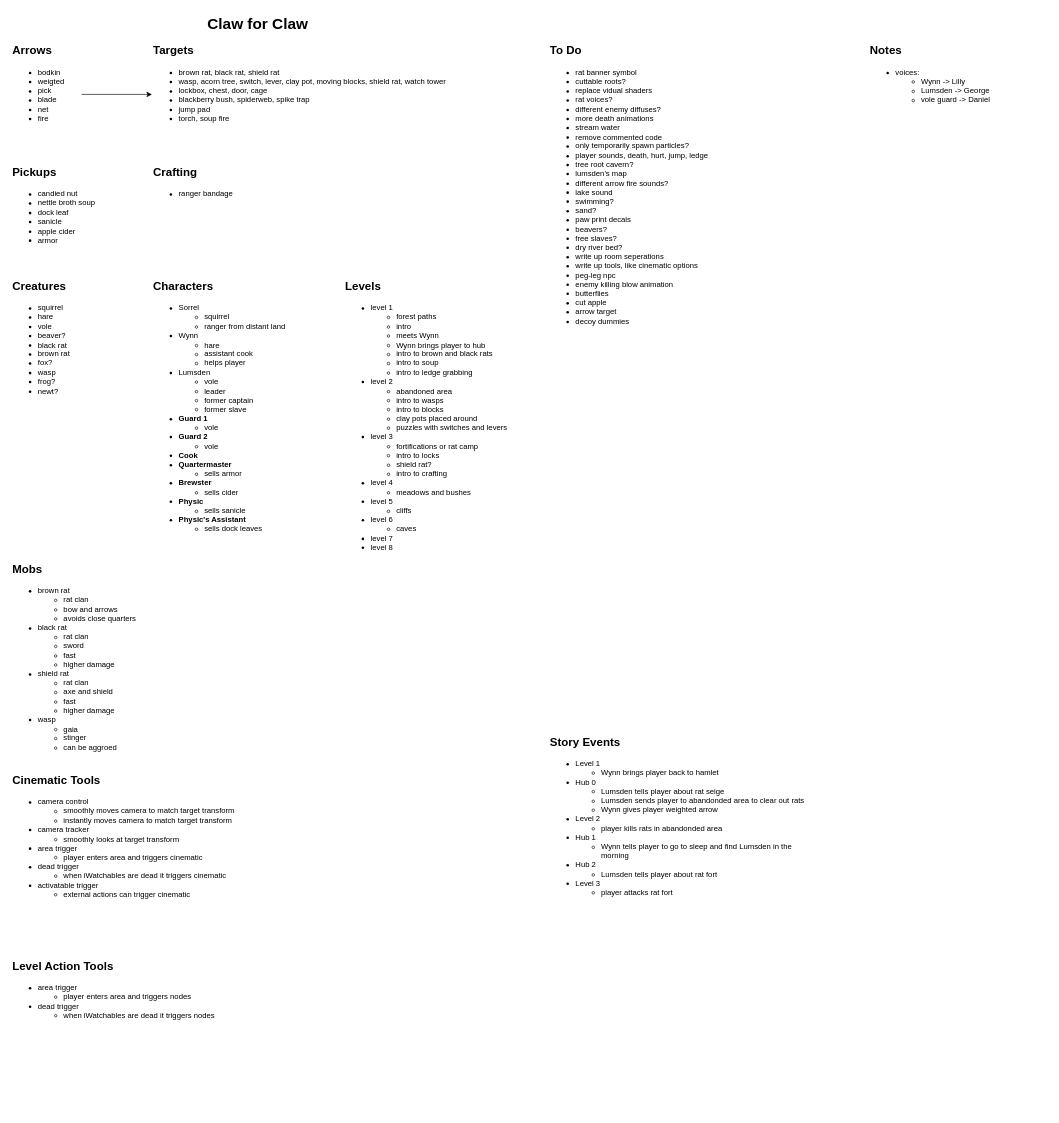
Earlier version of the draw.io diagram Planning/design-doc.drawio (camerondedore/Godot-Project-3). Source tidied: cells renumbered, new cells numbered last; positions are measured from the earlier drawing's top-left corner, leaving out a move shared by most shapes. Both pictures are drawn from the tidied source at 64%, with x=0, y=0 at pixel (11, 11).
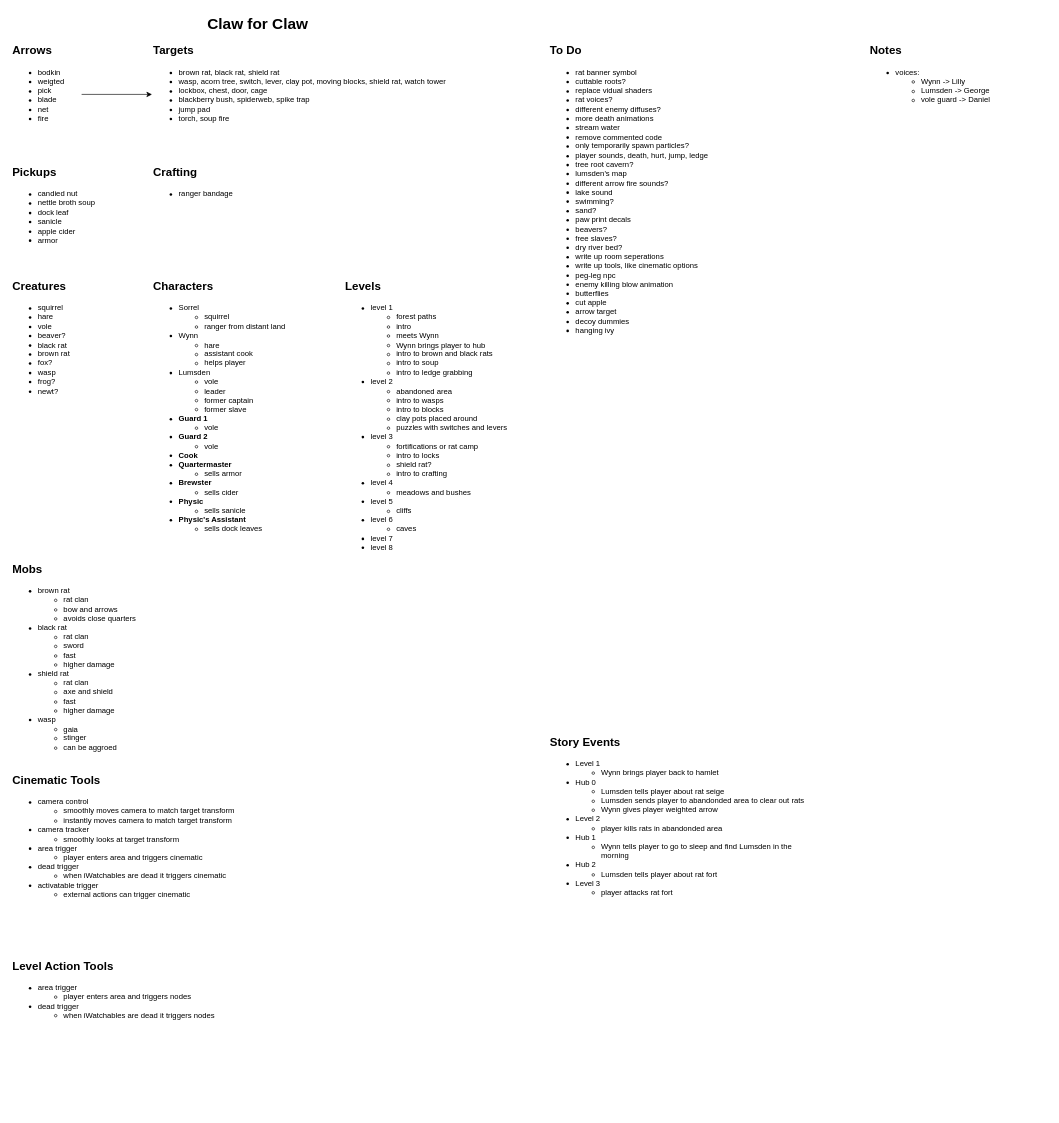
The same diagram, later.

The edit, as a diff of the source:
```diff
@@
-    <mxCell id="19" value="&lt;ul&gt;&lt;li&gt;rat banner symbol&lt;/li&gt;&lt;li&gt;cuttable roots?&lt;/li&gt;&lt;li&gt;replace vidual shaders&lt;/li&gt;&lt;li&gt;rat voices?&lt;/li&gt;&lt;li&gt;different enemy diffuses?&lt;/li&gt;&lt;li&gt;more death animations&lt;/li&gt;&lt;li&gt;&lt;span style=&quot;background-color: transparent; color: light-dark(rgb(0, 0, 0), rgb(255, 255, 255));&quot;&gt;stream water&lt;/span&gt;&lt;br&gt;&lt;/li&gt;&lt;li&gt;remove commented code&lt;/li&gt;&lt;li&gt;only temporarily spawn particles?&lt;/li&gt;&lt;li&gt;player sounds, death, hurt, jump, ledge&lt;/li&gt;&lt;li&gt;tree root cavern?&lt;/li&gt;&lt;li&gt;lumsden's map&lt;/li&gt;&lt;li&gt;different arrow fire sounds?&lt;/li&gt;&lt;li&gt;lake sound&lt;/li&gt;&lt;li&gt;swimming?&lt;/li&gt;&lt;li&gt;sand?&lt;/li&gt;&lt;li&gt;paw print decals&lt;/li&gt;&lt;li&gt;beavers?&lt;/li&gt;&lt;li&gt;free slaves?&lt;/li&gt;&lt;li&gt;dry river bed?&lt;/li&gt;&lt;li&gt;write up room seperations&lt;/li&gt;&lt;li&gt;write up tools, like cinematic options&lt;/li&gt;&lt;li&gt;peg-leg npc&lt;/li&gt;&lt;li&gt;enemy killing blow animation&lt;/li&gt;&lt;li&gt;butterflies&lt;/li&gt;&lt;li&gt;cut apple&lt;/li&gt;&lt;li&gt;arrow target&lt;/li&gt;&lt;li&gt;decoy dummies&lt;/li&gt;&lt;/ul&gt;" style="text;html=1;align=left;verticalAlign=top;whiteSpace=wrap;rounded=0;" parent="1" vertex="1">
+    <mxCell id="19" value="&lt;ul&gt;&lt;li&gt;rat banner symbol&lt;/li&gt;&lt;li&gt;cuttable roots?&lt;/li&gt;&lt;li&gt;replace vidual shaders&lt;/li&gt;&lt;li&gt;rat voices?&lt;/li&gt;&lt;li&gt;different enemy diffuses?&lt;/li&gt;&lt;li&gt;more death animations&lt;/li&gt;&lt;li&gt;&lt;span style=&quot;background-color: transparent; color: light-dark(rgb(0, 0, 0), rgb(255, 255, 255));&quot;&gt;stream water&lt;/span&gt;&lt;br&gt;&lt;/li&gt;&lt;li&gt;remove commented code&lt;/li&gt;&lt;li&gt;only temporarily spawn particles?&lt;/li&gt;&lt;li&gt;player sounds, death, hurt, jump, ledge&lt;/li&gt;&lt;li&gt;tree root cavern?&lt;/li&gt;&lt;li&gt;lumsden's map&lt;/li&gt;&lt;li&gt;different arrow fire sounds?&lt;/li&gt;&lt;li&gt;lake sound&lt;/li&gt;&lt;li&gt;swimming?&lt;/li&gt;&lt;li&gt;sand?&lt;/li&gt;&lt;li&gt;paw print decals&lt;/li&gt;&lt;li&gt;beavers?&lt;/li&gt;&lt;li&gt;free slaves?&lt;/li&gt;&lt;li&gt;dry river bed?&lt;/li&gt;&lt;li&gt;write up room seperations&lt;/li&gt;&lt;li&gt;write up tools, like cinematic options&lt;/li&gt;&lt;li&gt;peg-leg npc&lt;/li&gt;&lt;li&gt;enemy killing blow animation&lt;/li&gt;&lt;li&gt;butterflies&lt;/li&gt;&lt;li&gt;cut apple&lt;/li&gt;&lt;li&gt;arrow target&lt;/li&gt;&lt;li&gt;decoy dummies&lt;/li&gt;&lt;li&gt;hanging ivy&lt;/li&gt;&lt;/ul&gt;" style="text;html=1;align=left;verticalAlign=top;whiteSpace=wrap;rounded=0;" parent="1" vertex="1">
       <mxGeometry x="840" y="70" width="280" height="440" as="geometry" />
     </mxCell>
```
